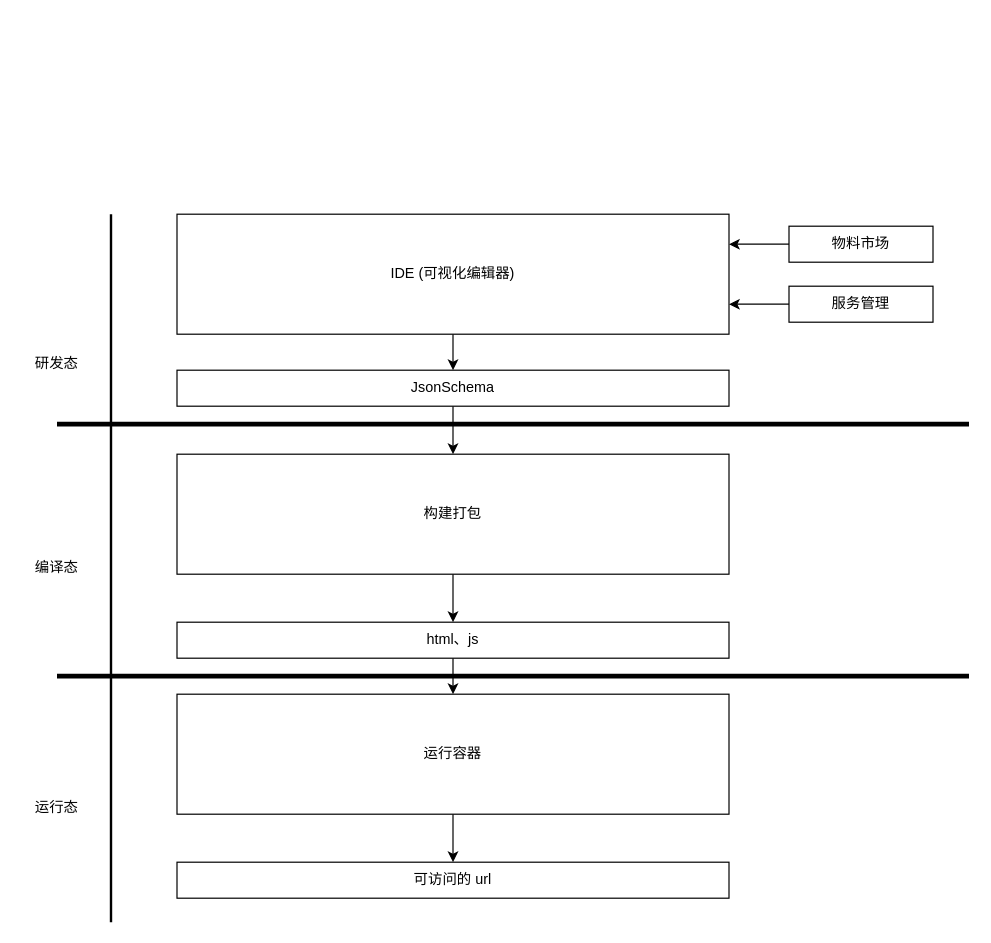
Earlier version of the draw.io diagram 领域建模/web 应用研发流程.drawio (yinjunfeng/UML). Source tidied: cells renumbered, new cells numbered last; positions are measured from the earlier drawing's top-left corner, leaving out a move shared by most shapes. Both pictures are drawn from the tidied source at 120%, with x=0, y=0 at pixel (20, 214).
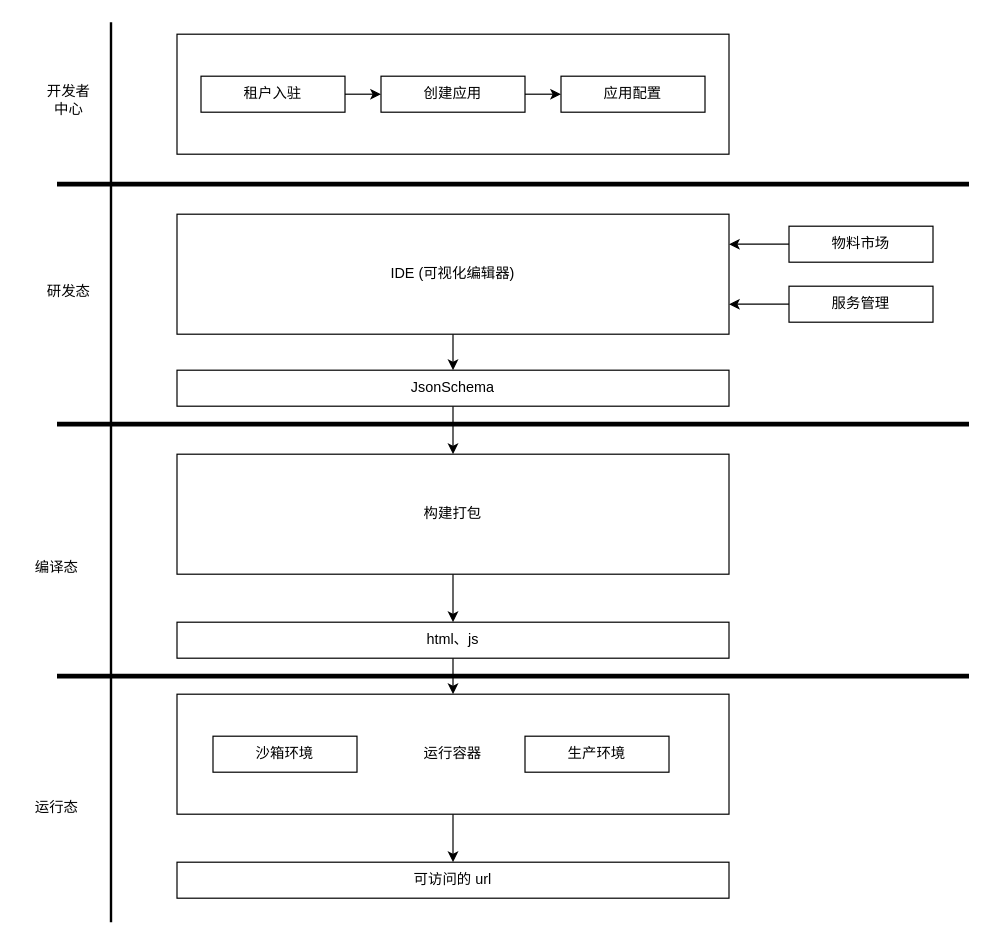
The same page after the edit.

Commit message (it also covers changes not shown here):
更新web 应用研发流程.drawio

Change to the diagram source:
```diff
@@
     <mxCell id="2" style="line;strokeWidth=2;direction=south;html=1;" parent="1" vertex="1">
-      <mxGeometry x="70" width="10" height="590" as="geometry" />
+      <mxGeometry x="70" y="-160" width="10" height="750" as="geometry" />
     </mxCell>
@@
     <mxCell id="5" value="研发态" style="text;html=1;strokeColor=none;fillColor=none;align=center;verticalAlign=middle;whiteSpace=wrap;rounded=0;" parent="1" vertex="1">
-      <mxGeometry y="110" width="60" height="30" as="geometry" />
+      <mxGeometry x="10" y="50" width="60" height="30" as="geometry" />
     </mxCell>
@@
+    <mxCell id="23" style="line;strokeWidth=4;html=1;perimeter=backbonePerimeter;" parent="1" vertex="1">
+      <mxGeometry x="30" y="-30" width="760" height="10" as="geometry" />
+    </mxCell>
+    <mxCell id="24" style="rounded=0;whiteSpace=wrap;html=1;" parent="1" vertex="1">
+      <mxGeometry x="130" y="-150" width="460" height="100" as="geometry" />
+    </mxCell>
+    <mxCell id="25" value="开发者&lt;br&gt;中心" style="text;html=1;strokeColor=none;fillColor=none;align=center;verticalAlign=middle;whiteSpace=wrap;rounded=0;" parent="1" vertex="1">
+      <mxGeometry x="10" y="-110" width="60" height="30" as="geometry" />
+    </mxCell>
+    <mxCell id="26" style="edgeStyle=orthogonalEdgeStyle;rounded=0;jettySize=auto;html=1;exitX=1;exitY=0.5;exitDx=0;exitDy=0;entryX=0;entryY=0.5;entryDx=0;entryDy=0;" parent="1" edge="1" source="27" target="29">
+      <mxGeometry relative="1" as="geometry" />
+    </mxCell>
+    <mxCell id="27" value="租户入驻" style="rounded=0;whiteSpace=wrap;html=1;" parent="1" vertex="1">
+      <mxGeometry x="150" y="-115" width="120" height="30" as="geometry" />
+    </mxCell>
+    <mxCell id="28" style="edgeStyle=orthogonalEdgeStyle;rounded=0;jettySize=auto;html=1;exitX=1;exitY=0.5;exitDx=0;exitDy=0;entryX=0;entryY=0.5;entryDx=0;entryDy=0;" parent="1" edge="1" source="29" target="30">
+      <mxGeometry relative="1" as="geometry" />
+    </mxCell>
+    <mxCell id="29" value="创建应用" style="rounded=0;whiteSpace=wrap;html=1;" parent="1" vertex="1">
+      <mxGeometry x="300" y="-115" width="120" height="30" as="geometry" />
+    </mxCell>
+    <mxCell id="30" value="应用配置" style="rounded=0;whiteSpace=wrap;html=1;" parent="1" vertex="1">
+      <mxGeometry x="450" y="-115" width="120" height="30" as="geometry" />
+    </mxCell>
+    <mxCell id="31" value="沙箱环境" style="rounded=0;whiteSpace=wrap;html=1;" parent="1" vertex="1">
+      <mxGeometry x="160" y="435" width="120" height="30" as="geometry" />
+    </mxCell>
+    <mxCell id="32" value="生产环境" style="rounded=0;whiteSpace=wrap;html=1;" parent="1" vertex="1">
+      <mxGeometry x="420" y="435" width="120" height="30" as="geometry" />
+    </mxCell>
```
